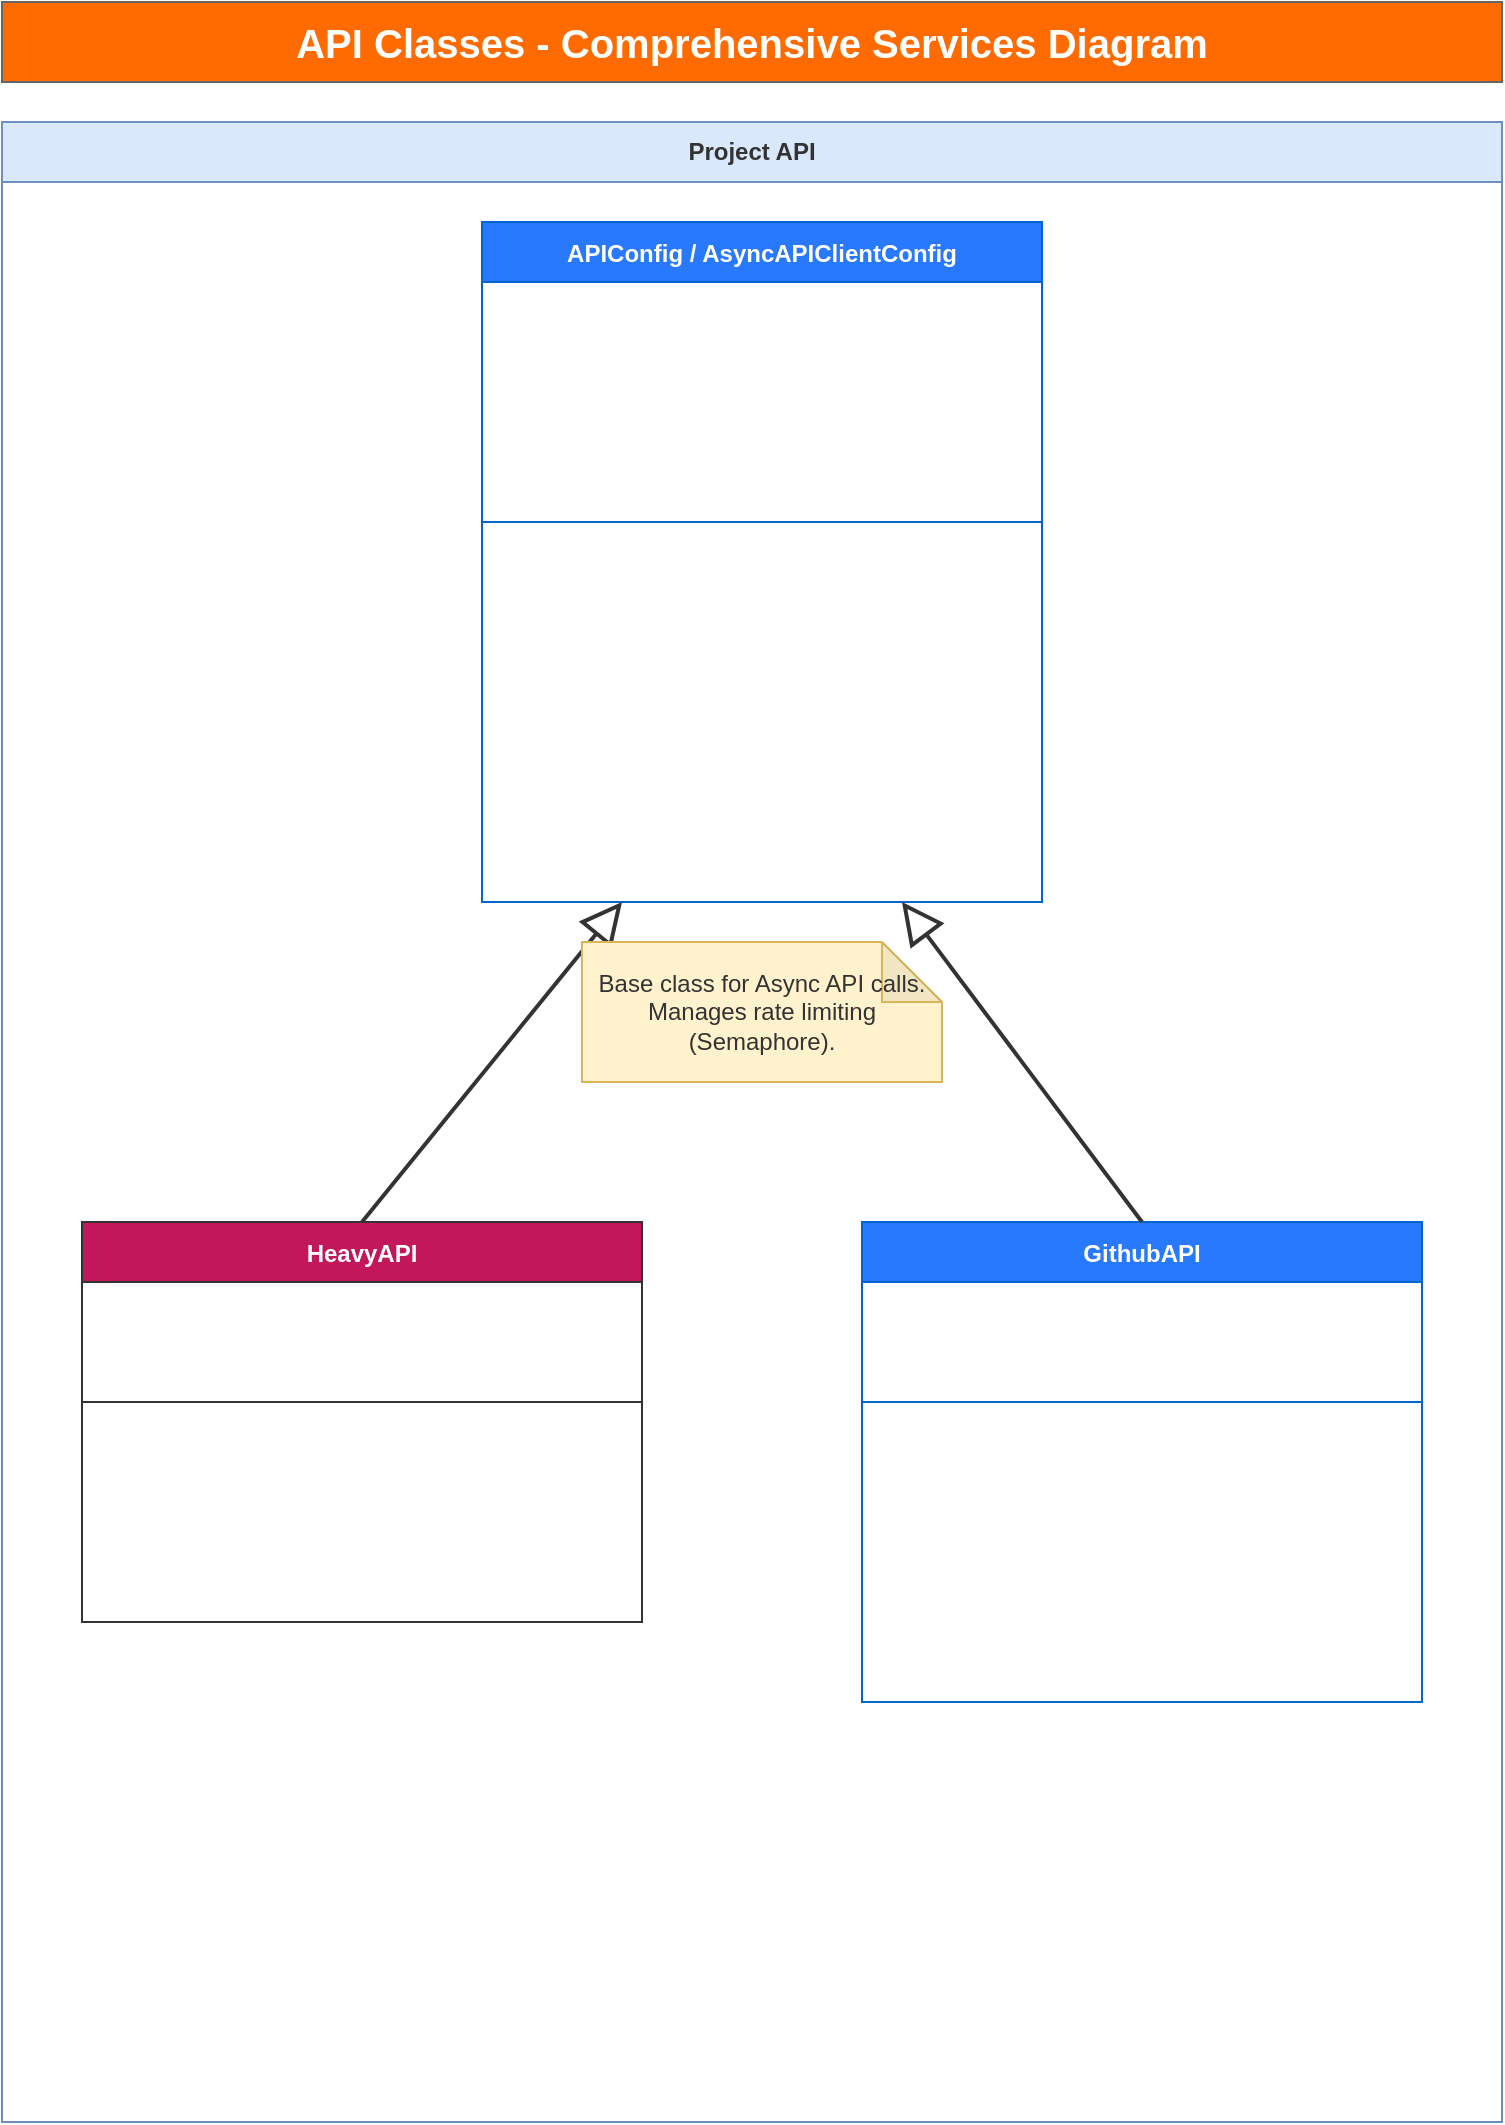
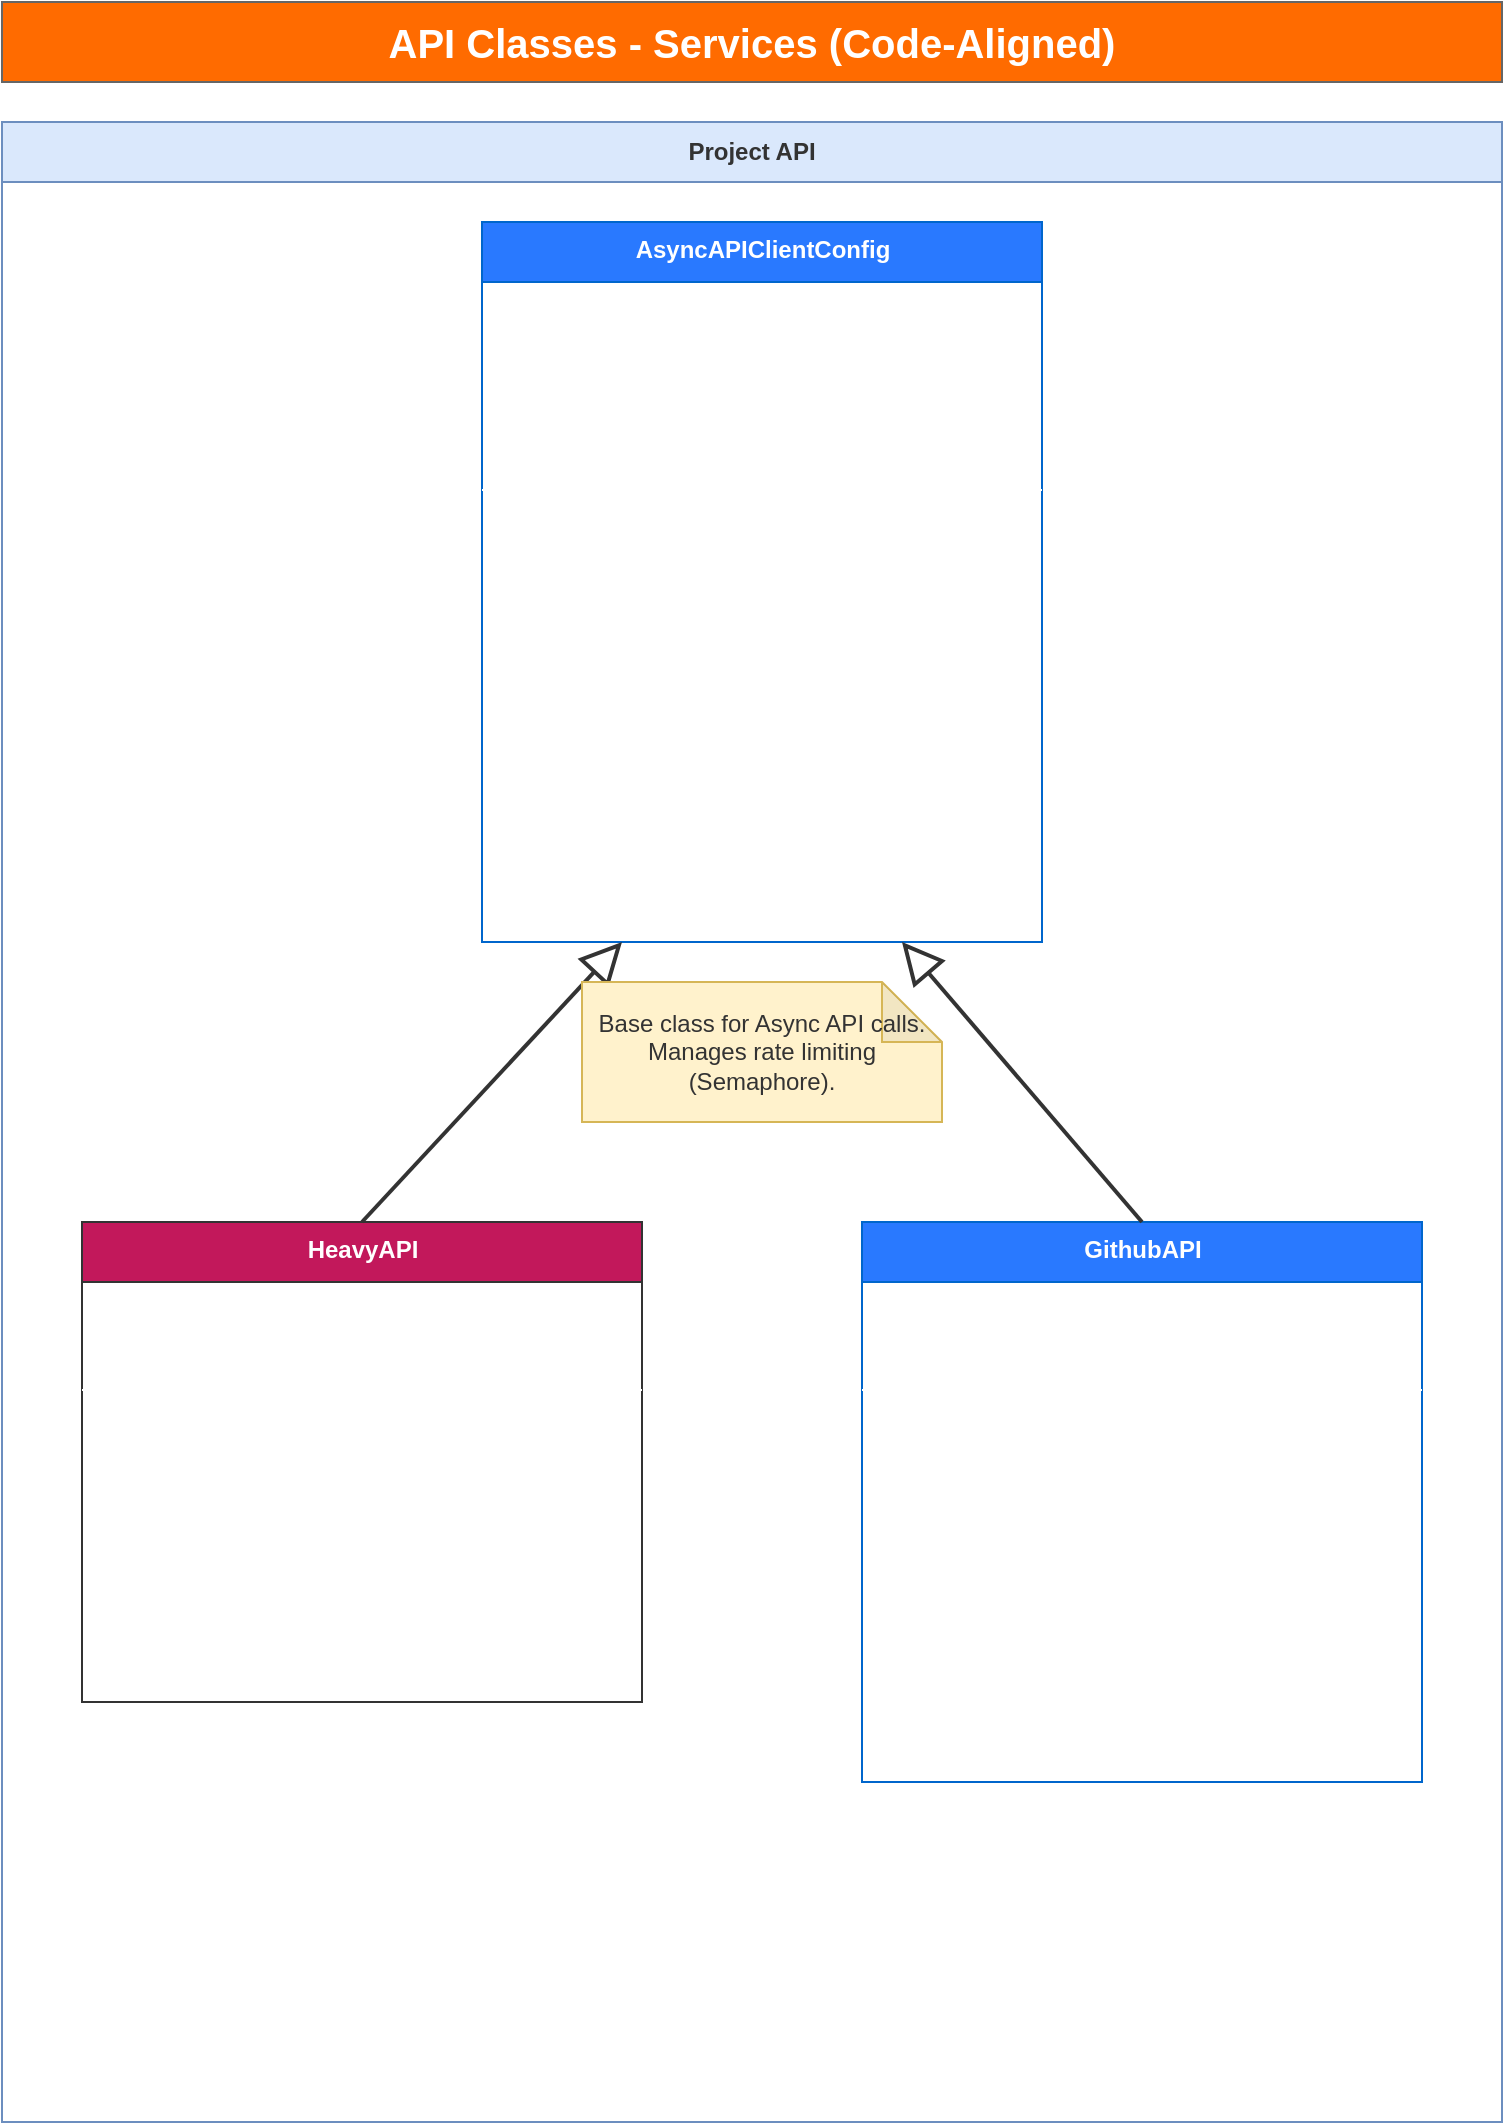
<mxfile host="65bd71144e">
    <diagram id="services-class-diagram" name="Services Class Diagram">
        <mxGraphModel dx="1422" dy="762" grid="1" gridSize="10" guides="1" tooltips="1" connect="1" arrows="1" fold="1" page="1" pageScale="1" pageWidth="827" pageHeight="1169" math="0" shadow="0">
            <root>
                <mxCell id="0"/>
                <mxCell id="1" parent="0"/>

                <!-- Title Bar -->
-                 <mxCell id="title" value="API Classes - Comprehensive Services Diagram" style="text;html=1;strokeColor=#666666;fillColor=#FF6B00;fontColor=#ffffff;align=center;verticalAlign=middle;whiteSpace=wrap;rounded=0;fontSize=20;fontStyle=1;" parent="1" vertex="1">
+                 <mxCell id="title" value="API Classes - Services (Code-Aligned)" style="text;html=1;strokeColor=#666666;fillColor=#FF6B00;fontColor=#ffffff;align=center;verticalAlign=middle;whiteSpace=wrap;rounded=0;fontSize=20;fontStyle=1;" parent="1" vertex="1">
                    <mxGeometry x="40" y="20" width="750" height="40" as="geometry"/>
                </mxCell>

                <!-- Namespace Container -->
                <mxCell id="group-namespace" value="Project API" style="swimlane;whiteSpace=wrap;html=1;fillColor=#dae8fc;fontColor=#333333;strokeColor=#6c8ebf;startSize=30;fontStyle=1;" parent="1" vertex="1">
                    <mxGeometry x="40" y="80" width="750" height="1000" as="geometry"/>
                </mxCell>

-                 <!-- APIConfig Class -->
-                 <mxCell id="class-apiconfig" value="APIConfig / AsyncAPIClientConfig" style="shape=table;startSize=30;container=1;collapsible=1;childLayout=tableLayout;fixedRows=1;rowLines=1;columnLines=1;fontStyle=1;align=center;resizeLast=1;fillColor=#2979FF;fontColor=#ffffff;strokeColor=#0066CC;" parent="group-namespace" vertex="1">
-                     <mxGeometry x="240" y="50" width="280" height="340" as="geometry"/>
+                 <!-- APIConfig (AsyncAPIClientConfig) Class -->
+                 <mxCell id="class-apiconfig" value="&lt;b&gt;AsyncAPIClientConfig&lt;/b&gt;" style="swimlane;fontStyle=0;align=center;verticalAlign=top;childLayout=stackLayout;horizontal=1;startSize=30;horizontalStack=0;resizeParent=1;resizeParentMax=0;resizeLast=0;collapsible=1;marginBottom=0;fillColor=#2979FF;fontColor=#ffffff;strokeColor=#0066CC;html=1;" parent="group-namespace" vertex="1">
+                     <mxGeometry x="240" y="50" width="280" height="360" as="geometry"/>
                </mxCell>
-                 <mxCell id="attrs-apiconfig" value="Attributes" style="shape=tableRow;horizontal=0;startSize=0;swimlaneHead=0;swimlaneBody=0;fillColor=none;collapsible=0;dropTarget=0;points=[[0,0.5],[1,0.5]];portConstraint=eastwest;top=0;left=0;bottom=0;right=0;fontStyle=1;fontColor=#ffffff;" parent="class-apiconfig" vertex="1">
-                     <mxGeometry y="30" width="280" height="120" as="geometry"/>
+                 <mxCell id="attrs-apiconfig" value="API_URL: str&lt;br&gt;API_KEY: str&lt;br&gt;VERSION: str&lt;br&gt;QUEUE: int&lt;br&gt;SEM: Semaphore" style="text;strokeColor=none;fillColor=none;align=left;verticalAlign=top;spacingLeft=10;spacingRight=4;overflow=hidden;rotatable=0;points=[[0,0.5],[1,0.5]];portConstraint=eastwest;fontColor=#ffffff;html=1;" parent="class-apiconfig" vertex="1">
+                     <mxGeometry y="30" width="280" height="100" as="geometry"/>
                </mxCell>
-                 <mxCell id="attr-apiconfig-list" value="API_URL: str&#xa;API_KEY: str&#xa;VERSION: str&#xa;QUEUE: int&#xa;SEM: Semaphore" style="text;strokeColor=none;fillColor=none;align=left;verticalAlign=top;spacingLeft=10;spacingRight=4;overflow=hidden;rotatable=0;points=[[0,0.5],[1,0.5]];portConstraint=eastwest;fontColor=#ffffff;" parent="attrs-apiconfig" vertex="1">
-                     <mxGeometry width="280" height="120" as="geometry"/>
+                 <mxCell id="sep-apiconfig" value="" style="line;strokeWidth=1;fillColor=none;align=left;verticalAlign=middle;spacingTop=-1;spacingLeft=3;spacingRight=3;rotatable=0;labelPosition=right;points=[];portConstraint=eastwest;strokeColor=#ffffff;html=1;" parent="class-apiconfig" vertex="1">
+                     <mxGeometry y="130" width="280" height="8" as="geometry"/>
                </mxCell>
-                 <mxCell id="methods-apiconfig" value="Methods" style="shape=tableRow;horizontal=0;startSize=0;swimlaneHead=0;swimlaneBody=0;fillColor=none;collapsible=0;dropTarget=0;points=[[0,0.5],[1,0.5]];portConstraint=eastwest;top=0;left=0;bottom=0;right=0;fontStyle=1;fontColor=#ffffff;" parent="class-apiconfig" vertex="1">
-                     <mxGeometry y="150" width="280" height="190" as="geometry"/>
-                 </mxCell>
-                 <mxCell id="method-apiconfig-list" value="__init__(URL, KEY, version)&#xa;api_call(endpoint, head, params)&#xa;calculate_n(endpoint, header)&#xa;wait_in_queue(coro)&#xa;@staticmethod timeout_config(standard)" style="text;strokeColor=none;fillColor=none;align=left;verticalAlign=top;spacingLeft=10;spacingRight=4;overflow=hidden;rotatable=0;points=[[0,0.5],[1,0.5]];portConstraint=eastwest;fontColor=#ffffff;" parent="methods-apiconfig" vertex="1">
-                     <mxGeometry width="280" height="190" as="geometry"/>
+                 <mxCell id="methods-apiconfig" value="__init__(URL, KEY, version)&lt;br&gt;api_call(endpoint, head, params)&lt;br&gt;calculate_n(endpoint, header)&lt;br&gt;wait_in_queue(coro)&lt;br&gt;@staticmethod timeout_config()" style="text;strokeColor=none;fillColor=none;align=left;verticalAlign=top;spacingLeft=10;spacingRight=4;overflow=hidden;rotatable=0;points=[[0,0.5],[1,0.5]];portConstraint=eastwest;fontColor=#ffffff;html=1;" parent="class-apiconfig" vertex="1">
+                     <mxGeometry y="138" width="280" height="222" as="geometry"/>
                </mxCell>

                <!-- HeavyAPI Class -->
-                 <mxCell id="class-heavyapi" value="HeavyAPI" style="shape=table;startSize=30;container=1;collapsible=1;childLayout=tableLayout;fixedRows=1;rowLines=1;columnLines=1;fontStyle=1;align=center;resizeLast=1;fillColor=#C2185B;fontColor=#ffffff;strokeColor=#333333;" parent="group-namespace" vertex="1">
-                     <mxGeometry x="40" y="550" width="280" height="200" as="geometry"/>
+                 <mxCell id="class-heavyapi" value="&lt;b&gt;HeavyAPI&lt;/b&gt;" style="swimlane;fontStyle=0;align=center;verticalAlign=top;childLayout=stackLayout;horizontal=1;startSize=30;horizontalStack=0;resizeParent=1;resizeParentMax=0;resizeLast=0;collapsible=1;marginBottom=0;fillColor=#C2185B;fontColor=#ffffff;strokeColor=#333333;html=1;" parent="group-namespace" vertex="1">
+                     <mxGeometry x="40" y="550" width="280" height="240" as="geometry"/>
                </mxCell>
-                 <mxCell id="attrs-heavyapi" value="Attributes" style="shape=tableRow;horizontal=0;startSize=0;swimlaneHead=0;swimlaneBody=0;fillColor=none;collapsible=0;dropTarget=0;points=[[0,0.5],[1,0.5]];portConstraint=eastwest;top=0;left=0;bottom=0;right=0;fontStyle=1;fontColor=#ffffff;" parent="class-heavyapi" vertex="1">
-                     <mxGeometry y="30" width="280" height="60" as="geometry"/>
+                 <mxCell id="attrs-heavyapi" value="VERSION: str&lt;br&gt;HEAD: dict" style="text;strokeColor=none;fillColor=none;align=left;verticalAlign=top;spacingLeft=10;spacingRight=4;overflow=hidden;rotatable=0;points=[[0,0.5],[1,0.5]];portConstraint=eastwest;fontColor=#ffffff;html=1;" parent="class-heavyapi" vertex="1">
+                     <mxGeometry y="30" width="280" height="50" as="geometry"/>
                </mxCell>
-                 <mxCell id="attr-heavyapi-list" value="VERSION: str&#xa;HEAD: dict" style="text;strokeColor=none;fillColor=none;align=left;verticalAlign=top;spacingLeft=10;spacingRight=4;overflow=hidden;rotatable=0;points=[[0,0.5],[1,0.5]];portConstraint=eastwest;fontColor=#ffffff;" parent="attrs-heavyapi" vertex="1">
-                     <mxGeometry width="280" height="60" as="geometry"/>
+                 <mxCell id="sep-heavyapi" value="" style="line;strokeWidth=1;fillColor=none;align=left;verticalAlign=middle;spacingTop=-1;spacingLeft=3;spacingRight=3;rotatable=0;labelPosition=right;points=[];portConstraint=eastwest;strokeColor=#ffffff;html=1;" parent="class-heavyapi" vertex="1">
+                     <mxGeometry y="80" width="280" height="8" as="geometry"/>
                </mxCell>
-                 <mxCell id="methods-heavyapi" value="Methods" style="shape=tableRow;horizontal=0;startSize=0;swimlaneHead=0;swimlaneBody=0;fillColor=none;collapsible=0;dropTarget=0;points=[[0,0.5],[1,0.5]];portConstraint=eastwest;top=0;left=0;bottom=0;right=0;fontStyle=1;fontColor=#ffffff;" parent="class-heavyapi" vertex="1">
-                     <mxGeometry y="90" width="280" height="110" as="geometry"/>
-                 </mxCell>
-                 <mxCell id="method-heavyapi-list" value="__init__(URL, KEY, version)&#xa;fetch_data(endpoint)&#xa;map_sessions()" style="text;strokeColor=none;fillColor=none;align=left;verticalAlign=top;spacingLeft=10;spacingRight=4;overflow=hidden;rotatable=0;points=[[0,0.5],[1,0.5]];portConstraint=eastwest;fontColor=#ffffff;" parent="methods-heavyapi" vertex="1">
-                     <mxGeometry width="280" height="110" as="geometry"/>
+                 <mxCell id="methods-heavyapi" value="__init__(URL, KEY, version)&lt;br&gt;fetch_data(endpoint)&lt;br&gt;map_sessions()" style="text;strokeColor=none;fillColor=none;align=left;verticalAlign=top;spacingLeft=10;spacingRight=4;overflow=hidden;rotatable=0;points=[[0,0.5],[1,0.5]];portConstraint=eastwest;fontColor=#ffffff;html=1;" parent="class-heavyapi" vertex="1">
+                     <mxGeometry y="88" width="280" height="152" as="geometry"/>
                </mxCell>

                <!-- GithubAPI Class -->
-                 <mxCell id="class-githubapi" value="GithubAPI" style="shape=table;startSize=30;container=1;collapsible=1;childLayout=tableLayout;fixedRows=1;rowLines=1;columnLines=1;fontStyle=1;align=center;resizeLast=1;fillColor=#2979FF;fontColor=#ffffff;strokeColor=#0066CC;" parent="group-namespace" vertex="1">
-                     <mxGeometry x="430" y="550" width="280" height="240" as="geometry"/>
+                 <mxCell id="class-githubapi" value="&lt;b&gt;GithubAPI&lt;/b&gt;" style="swimlane;fontStyle=0;align=center;verticalAlign=top;childLayout=stackLayout;horizontal=1;startSize=30;horizontalStack=0;resizeParent=1;resizeParentMax=0;resizeLast=0;collapsible=1;marginBottom=0;fillColor=#2979FF;fontColor=#ffffff;strokeColor=#0066CC;html=1;" parent="group-namespace" vertex="1">
+                     <mxGeometry x="430" y="550" width="280" height="280" as="geometry"/>
                </mxCell>
-                 <mxCell id="attrs-githubapi" value="Attributes" style="shape=tableRow;horizontal=0;startSize=0;swimlaneHead=0;swimlaneBody=0;fillColor=none;collapsible=0;dropTarget=0;points=[[0,0.5],[1,0.5]];portConstraint=eastwest;top=0;left=0;bottom=0;right=0;fontStyle=1;fontColor=#ffffff;" parent="class-githubapi" vertex="1">
-                     <mxGeometry y="30" width="280" height="60" as="geometry"/>
+                 <mxCell id="attrs-githubapi" value="__VERSION__: str&lt;br&gt;HEADER: dict" style="text;strokeColor=none;fillColor=none;align=left;verticalAlign=top;spacingLeft=10;spacingRight=4;overflow=hidden;rotatable=0;points=[[0,0.5],[1,0.5]];portConstraint=eastwest;fontColor=#ffffff;html=1;" parent="class-githubapi" vertex="1">
+                     <mxGeometry y="30" width="280" height="50" as="geometry"/>
                </mxCell>
-                 <mxCell id="attr-githubapi-list" value="__VERSION__: str&#xa;HEADER: dict" style="text;strokeColor=none;fillColor=none;align=left;verticalAlign=top;spacingLeft=10;spacingRight=4;overflow=hidden;rotatable=0;points=[[0,0.5],[1,0.5]];portConstraint=eastwest;fontColor=#ffffff;" parent="attrs-githubapi" vertex="1">
-                     <mxGeometry width="280" height="60" as="geometry"/>
+                 <mxCell id="sep-githubapi" value="" style="line;strokeWidth=1;fillColor=none;align=left;verticalAlign=middle;spacingTop=-1;spacingLeft=3;spacingRight=3;rotatable=0;labelPosition=right;points=[];portConstraint=eastwest;strokeColor=#ffffff;html=1;" parent="class-githubapi" vertex="1">
+                     <mxGeometry y="80" width="280" height="8" as="geometry"/>
                </mxCell>
-                 <mxCell id="methods-githubapi" value="Methods" style="shape=tableRow;horizontal=0;startSize=0;swimlaneHead=0;swimlaneBody=0;fillColor=none;collapsible=0;dropTarget=0;points=[[0,0.5],[1,0.5]];portConstraint=eastwest;top=0;left=0;bottom=0;right=0;fontStyle=1;fontColor=#ffffff;" parent="class-githubapi" vertex="1">
-                     <mxGeometry y="90" width="280" height="150" as="geometry"/>
-                 </mxCell>
-                 <mxCell id="method-githubapi-list" value="__init__(URL, KEY)&#xa;fetch_data(endpoint, params)&#xa;fetch_languages(repo, endpoint)&#xa;analyze_repository(trees_url)&#xa;process_github_items(raw_items)" style="text;strokeColor=none;fillColor=none;align=left;verticalAlign=top;spacingLeft=10;spacingRight=4;overflow=hidden;rotatable=0;points=[[0,0.5],[1,0.5]];portConstraint=eastwest;fontColor=#ffffff;" parent="methods-githubapi" vertex="1">
-                     <mxGeometry width="280" height="150" as="geometry"/>
+                 <mxCell id="methods-githubapi" value="__init__(URL, KEY)&lt;br&gt;fetch_data(endpoint, params)&lt;br&gt;fetch_languages(repo, endpoint)&lt;br&gt;analyze_repository(trees_url)&lt;br&gt;process_github_items(raw_items)" style="text;strokeColor=none;fillColor=none;align=left;verticalAlign=top;spacingLeft=10;spacingRight=4;overflow=hidden;rotatable=0;points=[[0,0.5],[1,0.5]];portConstraint=eastwest;fontColor=#ffffff;html=1;" parent="class-githubapi" vertex="1">
+                     <mxGeometry y="88" width="280" height="192" as="geometry"/>
                </mxCell>

                <!-- Relationships (Inheritance) -->
                <mxCell id="edge-heavy-inheritance" value="" style="endArrow=block;endSize=16;endFill=0;html=1;exitX=0.5;exitY=0;exitDx=0;exitDy=0;entryX=0.25;entryY=1;entryDx=0;entryDy=0;strokeColor=#333333;strokeWidth=2;" parent="group-namespace" source="class-heavyapi" target="class-apiconfig" edge="1">
                    <mxGeometry relative="1" as="geometry"/>
                </mxCell>
                <mxCell id="edge-github-inheritance" value="" style="endArrow=block;endSize=16;endFill=0;html=1;exitX=0.5;exitY=0;exitDx=0;exitDy=0;entryX=0.75;entryY=1;entryDx=0;entryDy=0;strokeColor=#333333;strokeWidth=2;" parent="group-namespace" source="class-githubapi" target="class-apiconfig" edge="1">
                    <mxGeometry relative="1" as="geometry"/>
                </mxCell>

                <!-- Notes -->
-                 <mxCell id="note-apiconfig" value="Base class for Async API calls.&#xa;Manages rate limiting (Semaphore)." style="shape=note;whiteSpace=wrap;html=1;backgroundOutline=1;darkOpacity=0.05;fillColor=#fff2cc;strokeColor=#d6b656;fontColor=#333333;" parent="group-namespace" vertex="1">
-                     <mxGeometry x="290" y="410" width="180" height="70" as="geometry"/>
+                 <mxCell id="note-apiconfig" value="Base class for Async API calls.&lt;br&gt;Manages rate limiting (Semaphore)." style="shape=note;whiteSpace=wrap;html=1;backgroundOutline=1;darkOpacity=0.05;fillColor=#fff2cc;strokeColor=#d6b656;fontColor=#333333;html=1;" parent="group-namespace" vertex="1">
+                     <mxGeometry x="290" y="430" width="180" height="70" as="geometry"/>
                </mxCell>

            </root>
        </mxGraphModel>
    </diagram>
</mxfile>